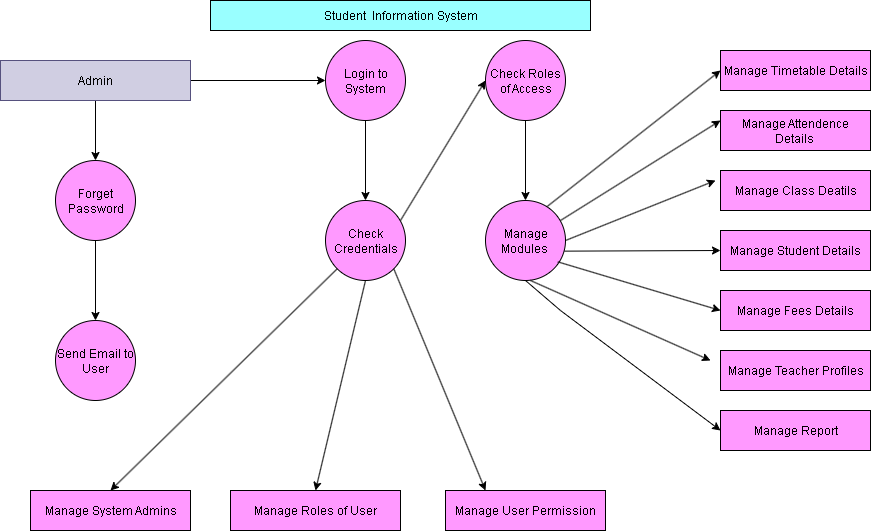
Before: student inform sysytem.drawio.png, a diagram exported from draw.io (Vanii21k/student-portal-demo). Source tidied: cells renumbered, new cells last; positions are measured from the earlier drawing's top-left corner, leaving out a move shared by most shapes.
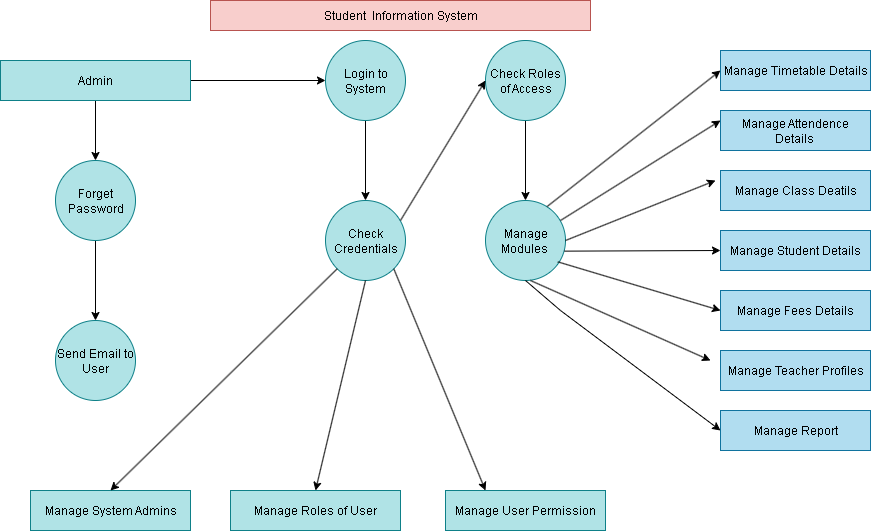
Above is the later version.

Change to the diagram source:
```diff
@@ -2,7 +2,7 @@
   <root>
     <mxCell id="0" />
     <mxCell id="1" parent="0" />
-    <mxCell id="2" value="Student&amp;nbsp; Information System" style="rounded=0;whiteSpace=wrap;html=1;fillColor=#99FFFF;" parent="1" vertex="1">
+    <mxCell id="2" value="Student&amp;nbsp; Information System" style="rounded=0;whiteSpace=wrap;html=1;fillColor=#f8cecc;strokeColor=#b85450;" parent="1" vertex="1">
       <mxGeometry x="210" width="380" height="30" as="geometry" />
     </mxCell>
     <mxCell id="3" style="edgeStyle=orthogonalEdgeStyle;rounded=0;jettySize=auto;html=1;" parent="1" edge="1" source="5" target="7">
@@ -11,64 +11,64 @@
     <mxCell id="4" style="edgeStyle=orthogonalEdgeStyle;rounded=0;jettySize=auto;html=1;" parent="1" edge="1" source="5" target="10">
       <mxGeometry relative="1" as="geometry" />
     </mxCell>
-    <mxCell id="5" value="Admin" style="rounded=0;whiteSpace=wrap;html=1;fillColor=#d0cee2;strokeColor=#56517e;" parent="1" vertex="1">
+    <mxCell id="5" value="Admin" style="rounded=0;whiteSpace=wrap;html=1;fillColor=#b0e3e6;strokeColor=#0e8088;" parent="1" vertex="1">
       <mxGeometry y="60" width="190" height="40" as="geometry" />
     </mxCell>
     <mxCell id="6" style="edgeStyle=orthogonalEdgeStyle;rounded=0;jettySize=auto;html=1;" parent="1" edge="1" source="7" target="8">
       <mxGeometry relative="1" as="geometry" />
     </mxCell>
-    <mxCell id="7" value="Forget Password" style="ellipse;whiteSpace=wrap;html=1;rounded=0;fillColor=#FF99FF;" parent="1" vertex="1">
+    <mxCell id="7" value="Forget Password" style="ellipse;whiteSpace=wrap;html=1;rounded=0;fillColor=#b0e3e6;strokeColor=#0e8088;" parent="1" vertex="1">
       <mxGeometry x="55" y="160" width="80" height="80" as="geometry" />
     </mxCell>
-    <mxCell id="8" value="Send Email to User" style="ellipse;whiteSpace=wrap;html=1;rounded=0;fillColor=#FF99FF;" parent="1" vertex="1">
+    <mxCell id="8" value="Send Email to User" style="ellipse;whiteSpace=wrap;html=1;rounded=0;fillColor=#b0e3e6;strokeColor=#0e8088;" parent="1" vertex="1">
       <mxGeometry x="55" y="320" width="80" height="80" as="geometry" />
     </mxCell>
     <mxCell id="9" style="edgeStyle=orthogonalEdgeStyle;rounded=0;jettySize=auto;html=1;" parent="1" edge="1" source="10" target="11">
       <mxGeometry relative="1" as="geometry" />
     </mxCell>
-    <mxCell id="10" value="Login to System" style="ellipse;whiteSpace=wrap;html=1;rounded=0;fillColor=#FF99FF;" parent="1" vertex="1">
+    <mxCell id="10" value="Login to System" style="ellipse;whiteSpace=wrap;html=1;rounded=0;fillColor=#b0e3e6;strokeColor=#0e8088;" parent="1" vertex="1">
       <mxGeometry x="325" y="40" width="80" height="80" as="geometry" />
     </mxCell>
-    <mxCell id="11" value="Check Credentials" style="ellipse;whiteSpace=wrap;html=1;rounded=0;fillColor=#FF99FF;" parent="1" vertex="1">
+    <mxCell id="11" value="Check Credentials" style="ellipse;whiteSpace=wrap;html=1;rounded=0;fillColor=#b0e3e6;strokeColor=#0e8088;" parent="1" vertex="1">
       <mxGeometry x="325" y="200" width="80" height="80" as="geometry" />
     </mxCell>
     <mxCell id="12" style="edgeStyle=orthogonalEdgeStyle;rounded=0;jettySize=auto;html=1;" parent="1" edge="1" source="13" target="14">
       <mxGeometry relative="1" as="geometry" />
     </mxCell>
-    <mxCell id="13" value="Check Roles of Access" style="ellipse;whiteSpace=wrap;html=1;rounded=0;fillColor=#FF99FF;" parent="1" vertex="1">
+    <mxCell id="13" value="Check Roles of Access" style="ellipse;whiteSpace=wrap;html=1;rounded=0;fillColor=#b0e3e6;strokeColor=#0e8088;" parent="1" vertex="1">
       <mxGeometry x="485" y="40" width="80" height="80" as="geometry" />
     </mxCell>
-    <mxCell id="14" value="Manage Modules&amp;nbsp;" style="ellipse;whiteSpace=wrap;html=1;rounded=0;fillColor=#FF99FF;" parent="1" vertex="1">
+    <mxCell id="14" value="Manage Modules&amp;nbsp;" style="ellipse;whiteSpace=wrap;html=1;rounded=0;fillColor=#b0e3e6;strokeColor=#0e8088;" parent="1" vertex="1">
       <mxGeometry x="485" y="200" width="80" height="80" as="geometry" />
     </mxCell>
-    <mxCell id="15" value="Manage Timetable Details" style="whiteSpace=wrap;html=1;rounded=0;fillColor=#FF99FF;" parent="1" vertex="1">
+    <mxCell id="15" value="Manage Timetable Details" style="whiteSpace=wrap;html=1;rounded=0;fillColor=#b1ddf0;strokeColor=#10739e;" parent="1" vertex="1">
       <mxGeometry x="720" y="50" width="150" height="40" as="geometry" />
     </mxCell>
-    <mxCell id="16" value="Manage Attendence Details&amp;nbsp;" style="whiteSpace=wrap;html=1;rounded=0;fillColor=#FF99FF;" parent="1" vertex="1">
+    <mxCell id="16" value="Manage Attendence Details&amp;nbsp;" style="whiteSpace=wrap;html=1;rounded=0;fillColor=#b1ddf0;strokeColor=#10739e;" parent="1" vertex="1">
       <mxGeometry x="720" y="110" width="150" height="40" as="geometry" />
     </mxCell>
-    <mxCell id="17" value="Manage Class Deatils" style="whiteSpace=wrap;html=1;rounded=0;fillColor=#FF99FF;" parent="1" vertex="1">
+    <mxCell id="17" value="Manage Class Deatils" style="whiteSpace=wrap;html=1;rounded=0;fillColor=#b1ddf0;strokeColor=#10739e;" parent="1" vertex="1">
       <mxGeometry x="720" y="170" width="150" height="40" as="geometry" />
     </mxCell>
-    <mxCell id="18" value="Manage Student Details" style="whiteSpace=wrap;html=1;rounded=0;fillColor=#FF99FF;" parent="1" vertex="1">
+    <mxCell id="18" value="Manage Student Details" style="whiteSpace=wrap;html=1;rounded=0;fillColor=#b1ddf0;strokeColor=#10739e;" parent="1" vertex="1">
       <mxGeometry x="720" y="230" width="150" height="40" as="geometry" />
     </mxCell>
-    <mxCell id="19" value="Manage Fees Details" style="whiteSpace=wrap;html=1;rounded=0;fillColor=#FF99FF;" parent="1" vertex="1">
+    <mxCell id="19" value="Manage Fees Details" style="whiteSpace=wrap;html=1;rounded=0;fillColor=#b1ddf0;strokeColor=#10739e;" parent="1" vertex="1">
       <mxGeometry x="720" y="290" width="150" height="40" as="geometry" />
     </mxCell>
-    <mxCell id="20" value="Manage Teacher Profiles" style="whiteSpace=wrap;html=1;rounded=0;fillColor=#FF99FF;" parent="1" vertex="1">
+    <mxCell id="20" value="Manage Teacher Profiles" style="whiteSpace=wrap;html=1;rounded=0;fillColor=#b1ddf0;strokeColor=#10739e;" parent="1" vertex="1">
       <mxGeometry x="720" y="350" width="150" height="40" as="geometry" />
     </mxCell>
-    <mxCell id="21" value="Manage Report" style="whiteSpace=wrap;html=1;rounded=0;fillColor=#FF99FF;" parent="1" vertex="1">
+    <mxCell id="21" value="Manage Report" style="whiteSpace=wrap;html=1;rounded=0;fillColor=#b1ddf0;strokeColor=#10739e;" parent="1" vertex="1">
       <mxGeometry x="720" y="410" width="150" height="40" as="geometry" />
     </mxCell>
-    <mxCell id="22" value="Manage System Admins" style="whiteSpace=wrap;html=1;rounded=0;fillColor=#FF99FF;" parent="1" vertex="1">
+    <mxCell id="22" value="Manage System Admins" style="whiteSpace=wrap;html=1;rounded=0;fillColor=#b0e3e6;strokeColor=#0e8088;" parent="1" vertex="1">
       <mxGeometry x="30" y="490" width="160" height="40" as="geometry" />
     </mxCell>
-    <mxCell id="23" value="Manage Roles of User" style="whiteSpace=wrap;html=1;rounded=0;fillColor=#FF99FF;" parent="1" vertex="1">
+    <mxCell id="23" value="Manage Roles of User" style="whiteSpace=wrap;html=1;rounded=0;fillColor=#b0e3e6;strokeColor=#0e8088;" parent="1" vertex="1">
       <mxGeometry x="230" y="490" width="170" height="40" as="geometry" />
     </mxCell>
-    <mxCell id="24" value="Manage User Permission" style="whiteSpace=wrap;html=1;rounded=0;fillColor=#FF99FF;" parent="1" vertex="1">
+    <mxCell id="24" value="Manage User Permission" style="whiteSpace=wrap;html=1;rounded=0;fillColor=#b0e3e6;strokeColor=#0e8088;" parent="1" vertex="1">
       <mxGeometry x="445" y="490" width="160" height="40" as="geometry" />
     </mxCell>
     <mxCell id="25" style="endArrow=classic;html=1;rounded=0;entryX=0;entryY=0.5;entryDx=0;entryDy=0;exitX=0.771;exitY=0.075;exitDx=0;exitDy=0;exitPerimeter=0;" parent="1" edge="1" source="14" target="15">
```
